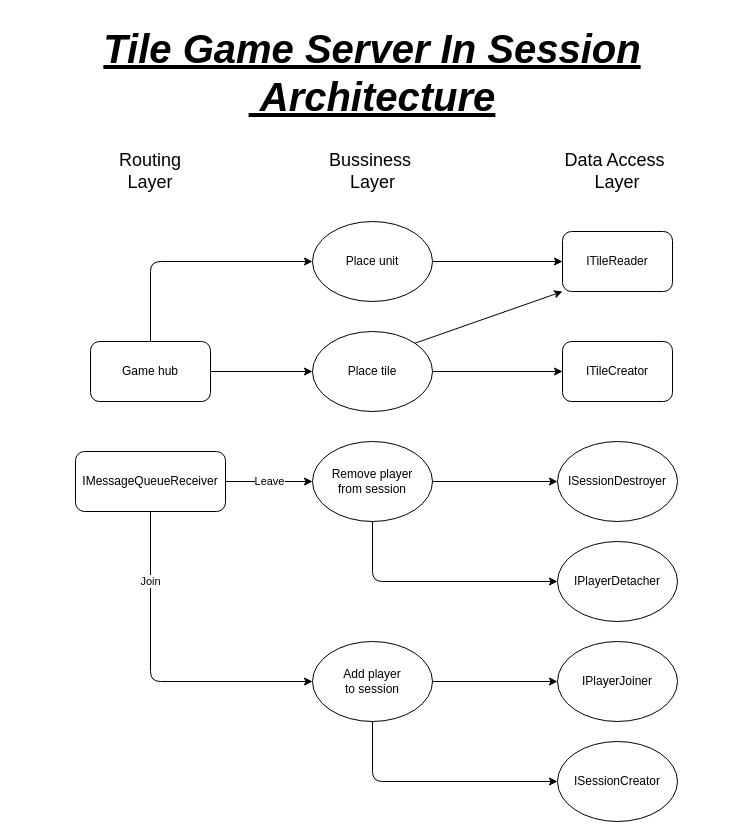
the-coolest-developers/TileGame-Core keeps this draw.io diagram as Diagrams/TileGameServerInSession.drawio. Above is the earlier version. Source tidied: cells renumbered, new cells numbered last; positions are measured from the earlier drawing's top-left corner, leaving out a move shared by most shapes. Both pictures are drawn from the tidied source at 100%, with x=0, y=0 at pixel (17, 17).
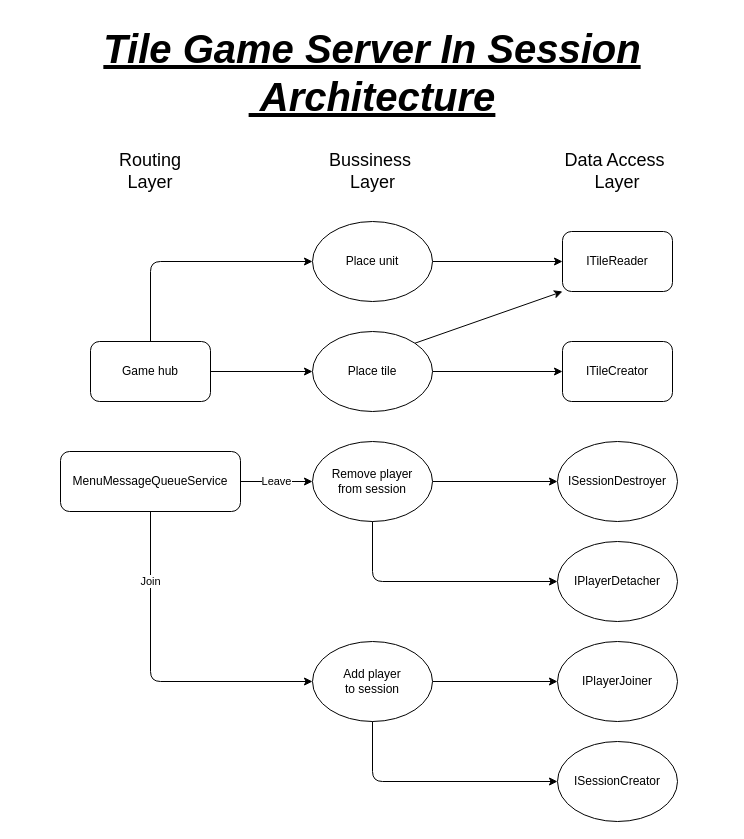
After the change.

Commit message:
[TGS-54] Added MenuMessageQueueService to TileGameServer.InSession diagram

What changed in the source:
```diff
@@
-    <mxCell id="14" value="IMessageQueueReceiver" style="rounded=1;whiteSpace=wrap;html=1;" parent="1" vertex="1">
-      <mxGeometry x="58" y="434" width="150" height="60" as="geometry" />
+    <mxCell id="14" value="MenuMessageQueueService" style="rounded=1;whiteSpace=wrap;html=1;" parent="1" vertex="1">
+      <mxGeometry x="43" y="434" width="180" height="60" as="geometry" />
     </mxCell>
```
